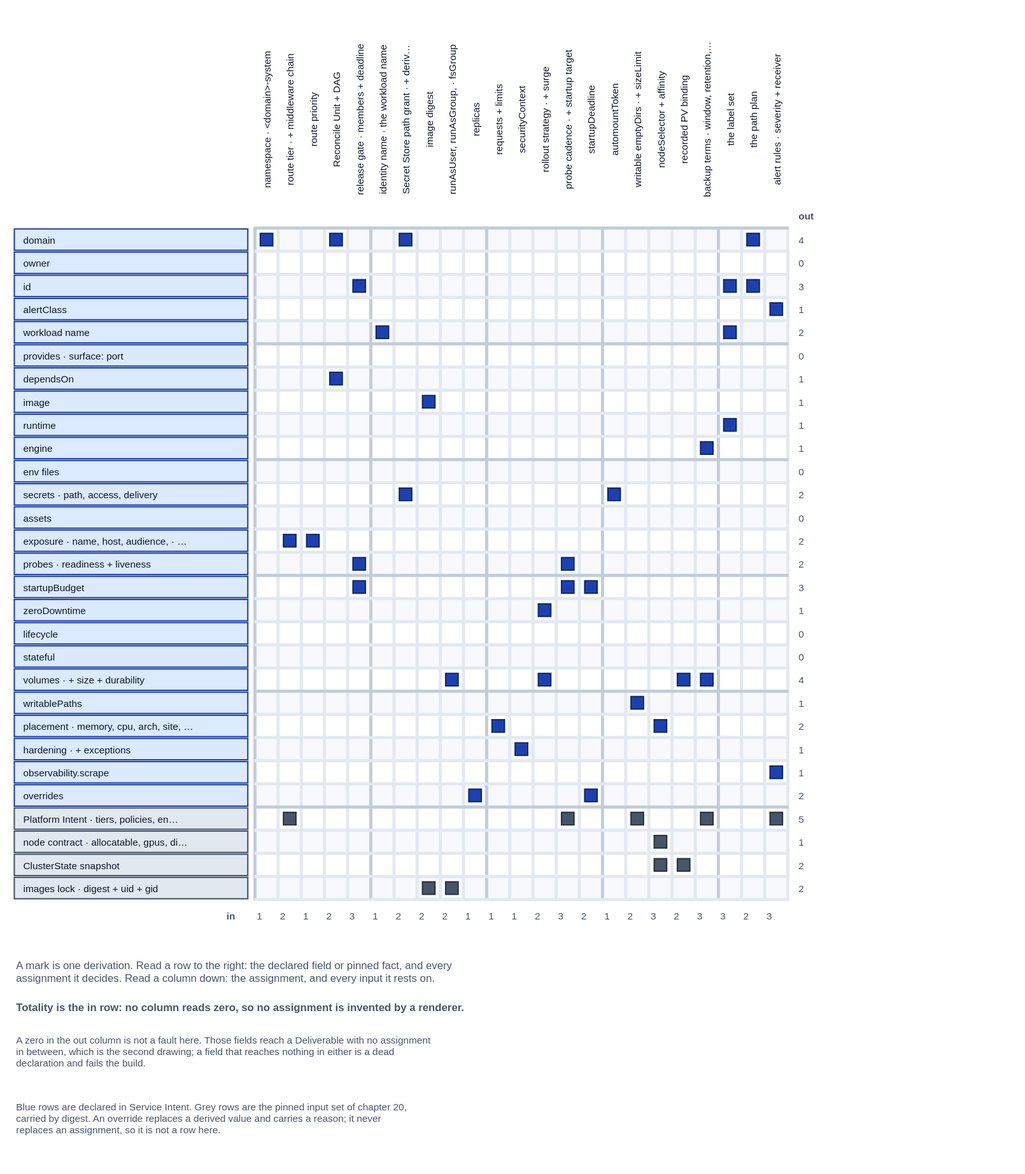
Earlier version of the draw.io export spec/v1/diagrams/16-derivation-map-assignments.drawio.svg (JorisJonkers-dev/deploy-kit). Source tidied: cells renumbered, new cells last; positions are measured from the earlier drawing's top-left corner, leaving out a move shared by most shapes.
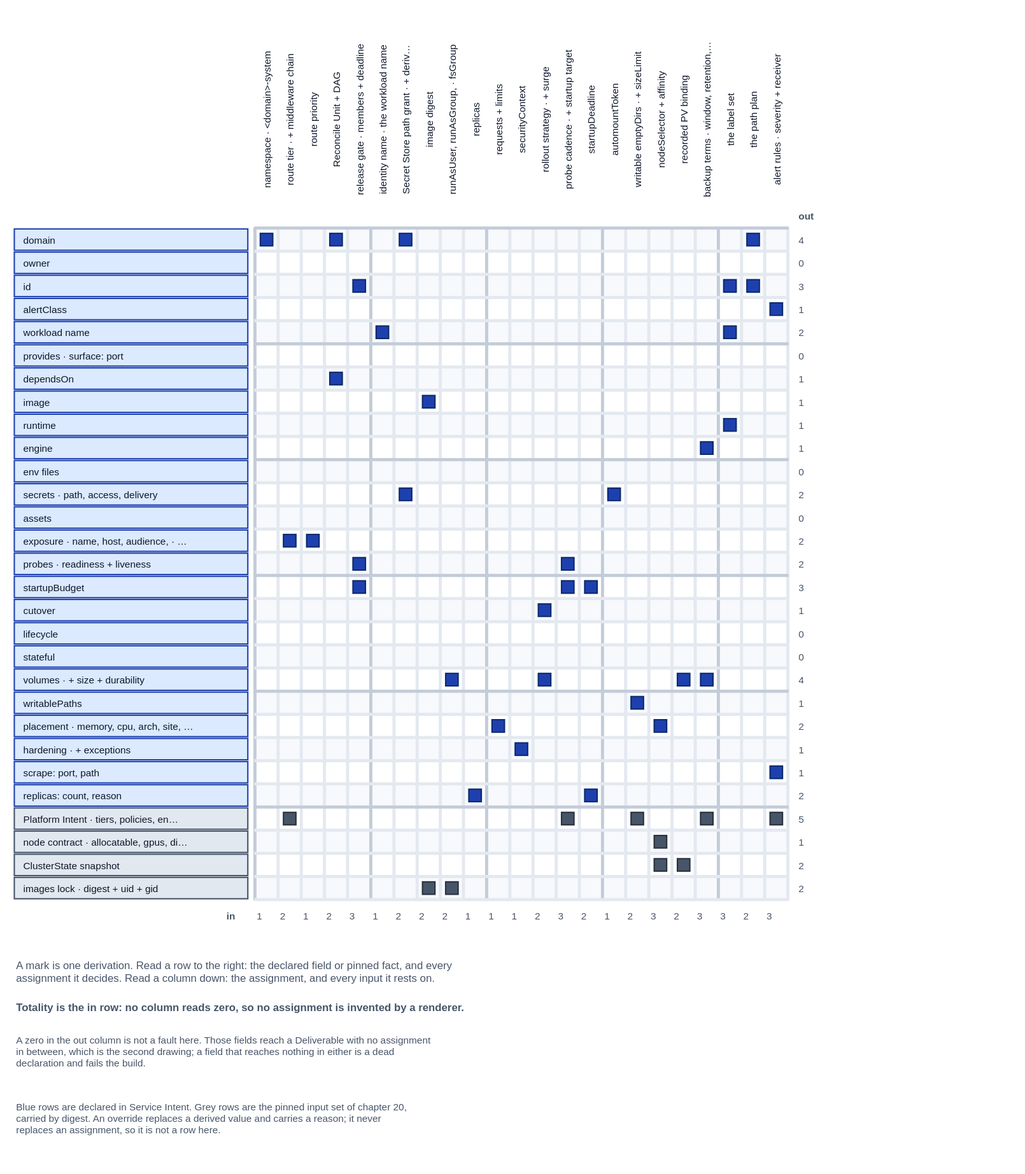
The same diagram one commit later.

Diff of the diagram source:
```diff
@@ -368,7 +368,7 @@
     <mxCell id="123" value="startupBudget" style="spacingLeft=8;rounded=0;whiteSpace=nowrap;html=0;align=left;verticalAlign=middle;fillColor=#dbeafe;strokeColor=#1e40af;strokeWidth=1.5;fontFamily=Helvetica;fontSize=11;fontColor=#0f172a;" parent="1" vertex="1">
       <mxGeometry y="631" width="262" height="24" as="geometry" />
     </mxCell>
-    <mxCell id="124" value="zeroDowntime" style="spacingLeft=8;rounded=0;whiteSpace=nowrap;html=0;align=left;verticalAlign=middle;fillColor=#dbeafe;strokeColor=#1e40af;strokeWidth=1.5;fontFamily=Helvetica;fontSize=11;fontColor=#0f172a;" parent="1" vertex="1">
+    <mxCell id="124" value="cutover" style="spacingLeft=8;rounded=0;whiteSpace=nowrap;html=0;align=left;verticalAlign=middle;fillColor=#dbeafe;strokeColor=#1e40af;strokeWidth=1.5;fontFamily=Helvetica;fontSize=11;fontColor=#0f172a;" parent="1" vertex="1">
       <mxGeometry y="657" width="262" height="24" as="geometry" />
     </mxCell>
     <mxCell id="125" value="lifecycle" style="spacingLeft=8;rounded=0;whiteSpace=nowrap;html=0;align=left;verticalAlign=middle;fillColor=#dbeafe;strokeColor=#1e40af;strokeWidth=1.5;fontFamily=Helvetica;fontSize=11;fontColor=#0f172a;" parent="1" vertex="1">
@@ -389,10 +389,10 @@
     <mxCell id="130" value="hardening  ·  + exceptions" style="spacingLeft=8;rounded=0;whiteSpace=nowrap;html=0;align=left;verticalAlign=middle;fillColor=#dbeafe;strokeColor=#1e40af;strokeWidth=1.5;fontFamily=Helvetica;fontSize=11;fontColor=#0f172a;" parent="1" vertex="1">
       <mxGeometry y="813" width="262" height="24" as="geometry" />
     </mxCell>
-    <mxCell id="131" value="observability.scrape" style="spacingLeft=8;rounded=0;whiteSpace=nowrap;html=0;align=left;verticalAlign=middle;fillColor=#dbeafe;strokeColor=#1e40af;strokeWidth=1.5;fontFamily=Helvetica;fontSize=11;fontColor=#0f172a;" parent="1" vertex="1">
+    <mxCell id="131" value="scrape: port, path" style="spacingLeft=8;rounded=0;whiteSpace=nowrap;html=0;align=left;verticalAlign=middle;fillColor=#dbeafe;strokeColor=#1e40af;strokeWidth=1.5;fontFamily=Helvetica;fontSize=11;fontColor=#0f172a;" parent="1" vertex="1">
       <mxGeometry y="839" width="262" height="24" as="geometry" />
     </mxCell>
-    <mxCell id="132" value="overrides" style="spacingLeft=8;rounded=0;whiteSpace=nowrap;html=0;align=left;verticalAlign=middle;fillColor=#dbeafe;strokeColor=#1e40af;strokeWidth=1.5;fontFamily=Helvetica;fontSize=11;fontColor=#0f172a;" parent="1" vertex="1">
+    <mxCell id="132" value="replicas: count, reason" style="spacingLeft=8;rounded=0;whiteSpace=nowrap;html=0;align=left;verticalAlign=middle;fillColor=#dbeafe;strokeColor=#1e40af;strokeWidth=1.5;fontFamily=Helvetica;fontSize=11;fontColor=#0f172a;" parent="1" vertex="1">
       <mxGeometry y="865" width="262" height="24" as="geometry" />
     </mxCell>
     <mxCell id="133" value="Platform Intent  ·  tiers, policies, en…" style="spacingLeft=8;rounded=0;whiteSpace=nowrap;html=0;align=left;verticalAlign=middle;fillColor=#e2e8f0;strokeColor=#475569;strokeWidth=1.5;fontFamily=Helvetica;fontSize=11;fontColor=#0f172a;" parent="1" vertex="1">
```
